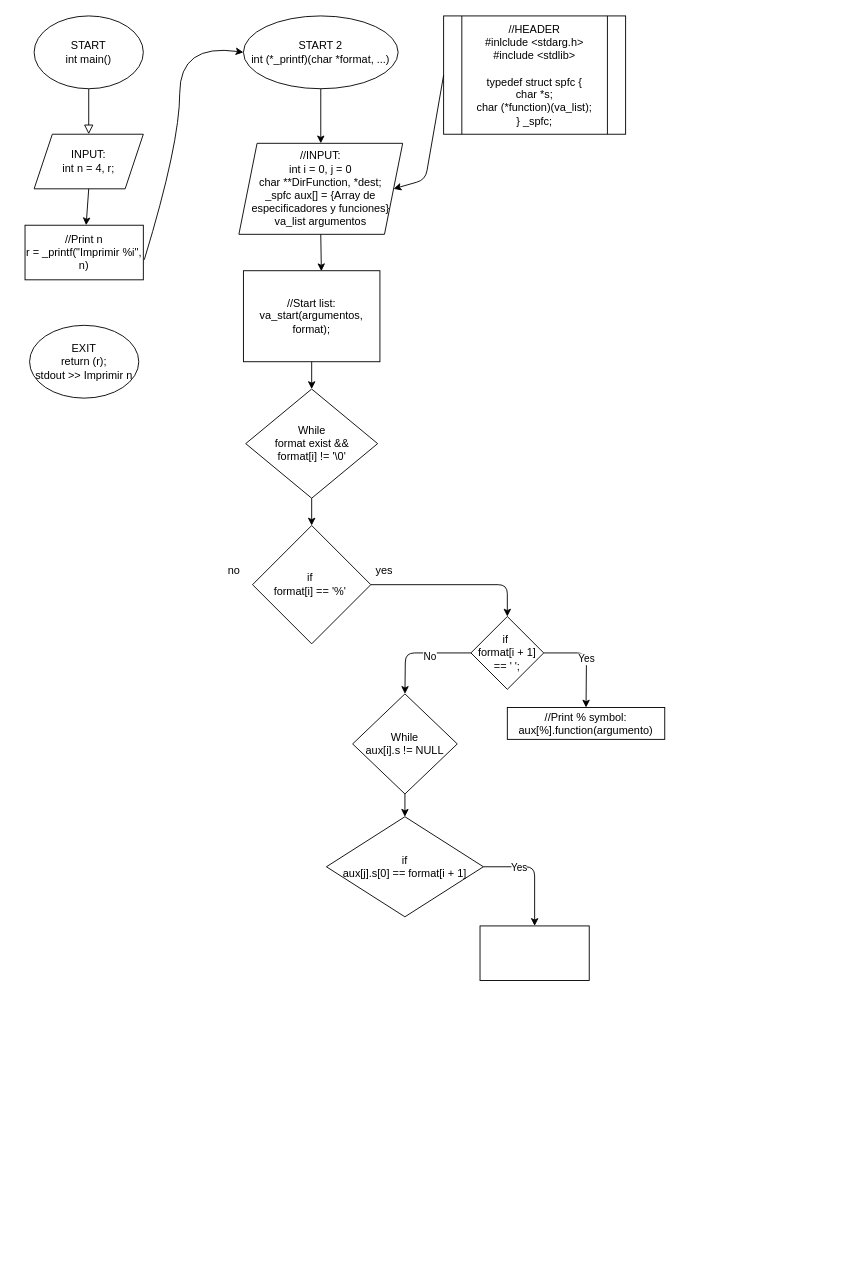
Above: page "Page-1" (1 of 2) of Untitled Diagram.drawio in Cmart94/printf (draw.io), before the change. Source tidied: cells renumbered, new cells numbered last; positions are measured from the earlier drawing's top-left corner, leaving out a move shared by most shapes. Both pictures are drawn from the tidied source at 91%, with x=0, y=0 at pixel (25, 15).
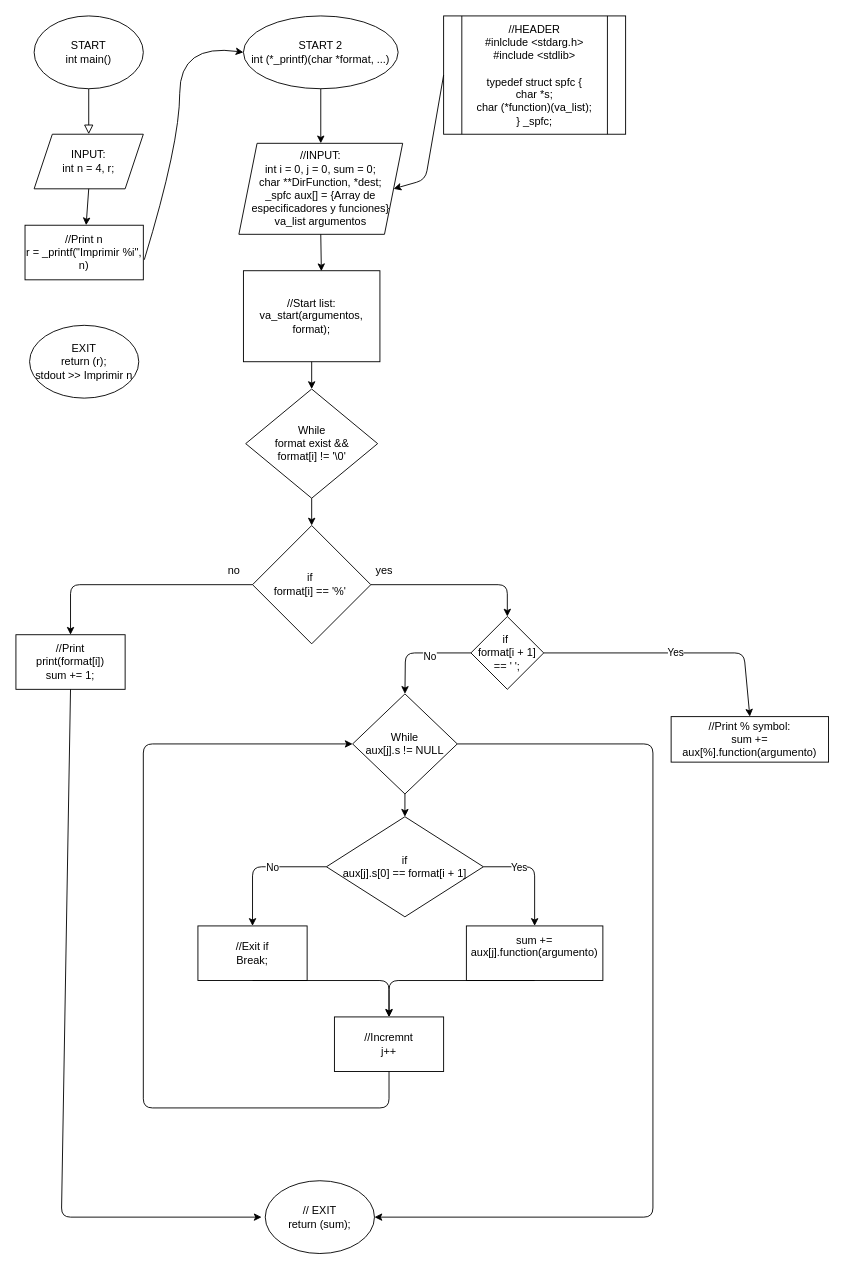
The same page after the edit.

The change refers to these unchanged cells:
```xml
<mxCell id="18" value="if&amp;nbsp;&lt;br&gt;format[i] == '%'&amp;nbsp;" style="rhombus;whiteSpace=wrap;html=1;" parent="1" vertex="1">
  <mxGeometry x="250" y="560" width="130" height="130" as="geometry" />
</mxCell>
<mxCell id="23" value="if&amp;nbsp;&lt;br&gt;format[i + 1] == ' ';" style="rhombus;whiteSpace=wrap;html=1;" parent="1" vertex="1">
  <mxGeometry x="490" y="660" width="80" height="80" as="geometry" />
</mxCell>
<mxCell id="29" value="if&lt;br&gt;aux[j].s[0] == format[i + 1]" style="rhombus;whiteSpace=wrap;html=1;" parent="1" vertex="1">
  <mxGeometry x="331.2" y="880" width="172.5" height="110" as="geometry" />
</mxCell>
```

What changed in the source:
```diff
@@
-    <mxCell id="11" value="//INPUT:&lt;br&gt;int i = 0, j = 0&lt;br&gt;char **DirFunction, *dest;&lt;br&gt;_spfc aux[] = {Array de especificadores y funciones}&lt;br&gt;va_list argumentos" style="shape=parallelogram;perimeter=parallelogramPerimeter;whiteSpace=wrap;html=1;fixedSize=1;" parent="1" vertex="1">
+    <mxCell id="11" value="//INPUT:&lt;br&gt;int i = 0, j = 0, sum = 0;&lt;br&gt;char **DirFunction, *dest;&lt;br&gt;_spfc aux[] = {Array de especificadores y funciones}&lt;br&gt;va_list argumentos" style="shape=parallelogram;perimeter=parallelogramPerimeter;whiteSpace=wrap;html=1;fixedSize=1;" parent="1" vertex="1">
       <mxGeometry x="235" y="140" width="180" height="100" as="geometry" />
     </mxCell>
@@
-    <mxCell id="22" value="While&lt;br&gt;aux[i].s != NULL" style="rhombus;whiteSpace=wrap;html=1;" parent="1" vertex="1">
+    <mxCell id="22" value="While&lt;br&gt;aux[j].s != NULL" style="rhombus;whiteSpace=wrap;html=1;" parent="1" vertex="1">
       <mxGeometry x="360" y="745" width="115" height="110" as="geometry" />
     </mxCell>
@@
-    <mxCell id="25" value="//Print % symbol:&lt;br&gt;aux[%].function(argumento)" style="rounded=0;whiteSpace=wrap;html=1;" parent="1" vertex="1">
-      <mxGeometry x="530" y="760" width="173" height="35" as="geometry" />
+    <mxCell id="25" value="//Print % symbol:&lt;br&gt;sum += aux[%].function(argumento)" style="rounded=0;whiteSpace=wrap;html=1;" parent="1" vertex="1">
+      <mxGeometry x="710" y="770" width="173" height="50" as="geometry" />
     </mxCell>
@@
     <mxCell id="28" value="Yes" style="endArrow=classic;html=1;exitX=1;exitY=0.5;exitDx=0;exitDy=0;entryX=0.5;entryY=0;entryDx=0;entryDy=0;" parent="1" edge="1" source="23" target="25">
       <mxGeometry relative="1" as="geometry">
         <Array as="points">
-          <mxPoint x="617" y="700" />
+          <mxPoint x="790" y="700" />
         </Array>
       </mxGeometry>
     </mxCell>
@@
-    <mxCell id="31" style="rounded=0;whiteSpace=wrap;html=1;" parent="1" vertex="1">
-      <mxGeometry x="500" y="1000" width="120" height="60" as="geometry" />
+    <mxCell id="31" value="sum += aux[j].function(argumento)&lt;br&gt;&amp;nbsp;" style="rounded=0;whiteSpace=wrap;html=1;" parent="1" vertex="1">
+      <mxGeometry x="485" y="1000" width="150" height="60" as="geometry" />
     </mxCell>
@@
+    <mxCell id="34" value="//Exit if&lt;br&gt;Break;" style="rounded=0;whiteSpace=wrap;html=1;" parent="1" vertex="1">
+      <mxGeometry x="190" y="1000" width="120" height="60" as="geometry" />
+    </mxCell>
+    <mxCell id="35" style="endArrow=classic;html=1;exitX=0;exitY=0.5;exitDx=0;exitDy=0;entryX=0.5;entryY=0;entryDx=0;entryDy=0;" parent="1" edge="1" source="29" target="34">
+      <mxGeometry relative="1" as="geometry">
+        <Array as="points">
+          <mxPoint x="250" y="935" />
+        </Array>
+      </mxGeometry>
+    </mxCell>
+    <mxCell id="36" value="No" style="edgeLabel;html=1;align=center;verticalAlign=middle;" parent="35" vertex="1">
+      <mxGeometry x="-0.18" relative="1" as="geometry" />
+    </mxCell>
+    <mxCell id="37" value="//Incremnt&lt;br&gt;j++" style="rounded=0;whiteSpace=wrap;html=1;" parent="1" vertex="1">
+      <mxGeometry x="340" y="1100" width="120" height="60" as="geometry" />
+    </mxCell>
+    <mxCell id="38" style="endArrow=classic;html=1;exitX=0.5;exitY=1;exitDx=0;exitDy=0;entryX=0.5;entryY=0;entryDx=0;entryDy=0;" parent="1" edge="1" source="34" target="37">
+      <mxGeometry relative="1" as="geometry">
+        <Array as="points">
+          <mxPoint x="400" y="1060" />
+        </Array>
+      </mxGeometry>
+    </mxCell>
+    <mxCell id="39" style="endArrow=classic;html=1;exitX=0.5;exitY=1;exitDx=0;exitDy=0;entryX=0.5;entryY=0;entryDx=0;entryDy=0;" parent="1" edge="1" source="31" target="37">
+      <mxGeometry relative="1" as="geometry">
+        <Array as="points">
+          <mxPoint x="400" y="1060" />
+        </Array>
+      </mxGeometry>
+    </mxCell>
+    <mxCell id="40" style="endArrow=classic;html=1;exitX=0.5;exitY=1;exitDx=0;exitDy=0;entryX=0;entryY=0.5;entryDx=0;entryDy=0;" parent="1" edge="1" source="37" target="22">
+      <mxGeometry relative="1" as="geometry">
+        <Array as="points">
+          <mxPoint x="400" y="1200" />
+          <mxPoint x="130" y="1200" />
+          <mxPoint x="130" y="800" />
+        </Array>
+      </mxGeometry>
+    </mxCell>
+    <mxCell id="41" value="//Print&lt;br&gt;print(format[i])&lt;br&gt;sum += 1;" style="rounded=0;whiteSpace=wrap;html=1;" parent="1" vertex="1">
+      <mxGeometry x="-10" y="680" width="120" height="60" as="geometry" />
+    </mxCell>
+    <mxCell id="42" style="endArrow=classic;html=1;exitX=0;exitY=0.5;exitDx=0;exitDy=0;entryX=0.5;entryY=0;entryDx=0;entryDy=0;" parent="1" edge="1" source="18" target="41">
+      <mxGeometry relative="1" as="geometry">
+        <Array as="points">
+          <mxPoint x="50" y="625" />
+        </Array>
+      </mxGeometry>
+    </mxCell>
+    <mxCell id="43" value="// EXIT&lt;br&gt;return (sum);" style="ellipse;whiteSpace=wrap;html=1;" parent="1" vertex="1">
+      <mxGeometry x="264" y="1280" width="120" height="80" as="geometry" />
+    </mxCell>
+    <mxCell id="44" style="endArrow=classic;html=1;exitX=0.5;exitY=1;exitDx=0;exitDy=0;" parent="1" edge="1" source="41">
+      <mxGeometry relative="1" as="geometry">
+        <mxPoint x="260" y="1320" as="targetPoint" />
+        <Array as="points">
+          <mxPoint x="40" y="1320" />
+        </Array>
+      </mxGeometry>
+    </mxCell>
+    <mxCell id="45" style="endArrow=classic;html=1;exitX=1;exitY=0.5;exitDx=0;exitDy=0;entryX=1;entryY=0.5;entryDx=0;entryDy=0;" parent="1" edge="1" source="22" target="43">
+      <mxGeometry relative="1" as="geometry">
+        <Array as="points">
+          <mxPoint x="690" y="800" />
+          <mxPoint x="690" y="1320" />
+        </Array>
+      </mxGeometry>
+    </mxCell>
```
